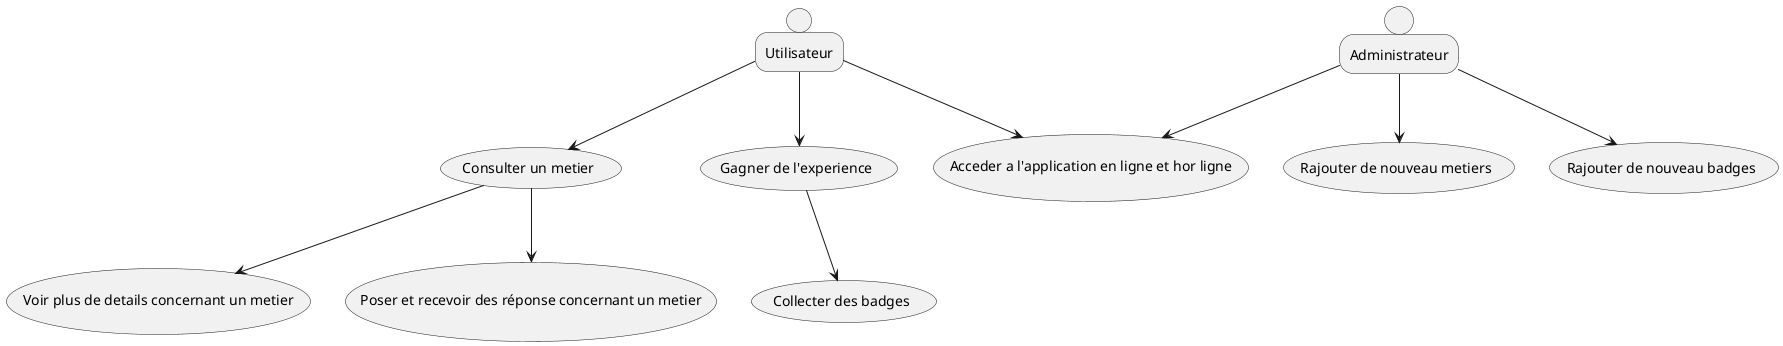
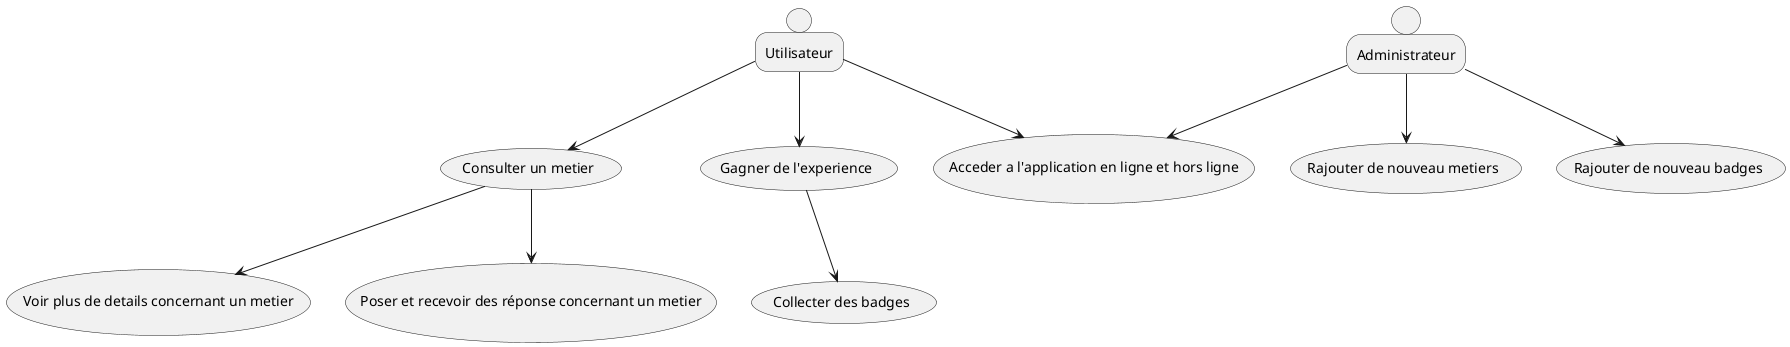
@startuml

person "Utilisateur" as user
person "Administrateur" as admin

usecase "Consulter un metier" as UC_ConsulterMetier
usecase "Gagner de l'experience" as UC_Experience
usecase "Collecter des badges" as UC_Badges
usecase "Voir plus de details concernant un metier" as UC_DetailsMetier
usecase "Poser et recevoir des réponse concernant un metier" as UC_QuestionsMetier
usecase "Rajouter de nouveau metiers" as UC_AddMetier
usecase "Rajouter de nouveau badges" as UC_AddBadges
- usecase "Acceder a l'application en ligne et hor ligne" as UC_AccesApplication
+ usecase "Acceder a l'application en ligne et hors ligne" as UC_AccesApplication

user --> UC_ConsulterMetier
UC_ConsulterMetier --> UC_DetailsMetier
UC_ConsulterMetier --> UC_QuestionsMetier
user --> UC_Experience
UC_Experience --> UC_Badges

user --> UC_AccesApplication
admin --> UC_AccesApplication
admin --> UC_AddMetier
admin --> UC_AddBadges

@enduml